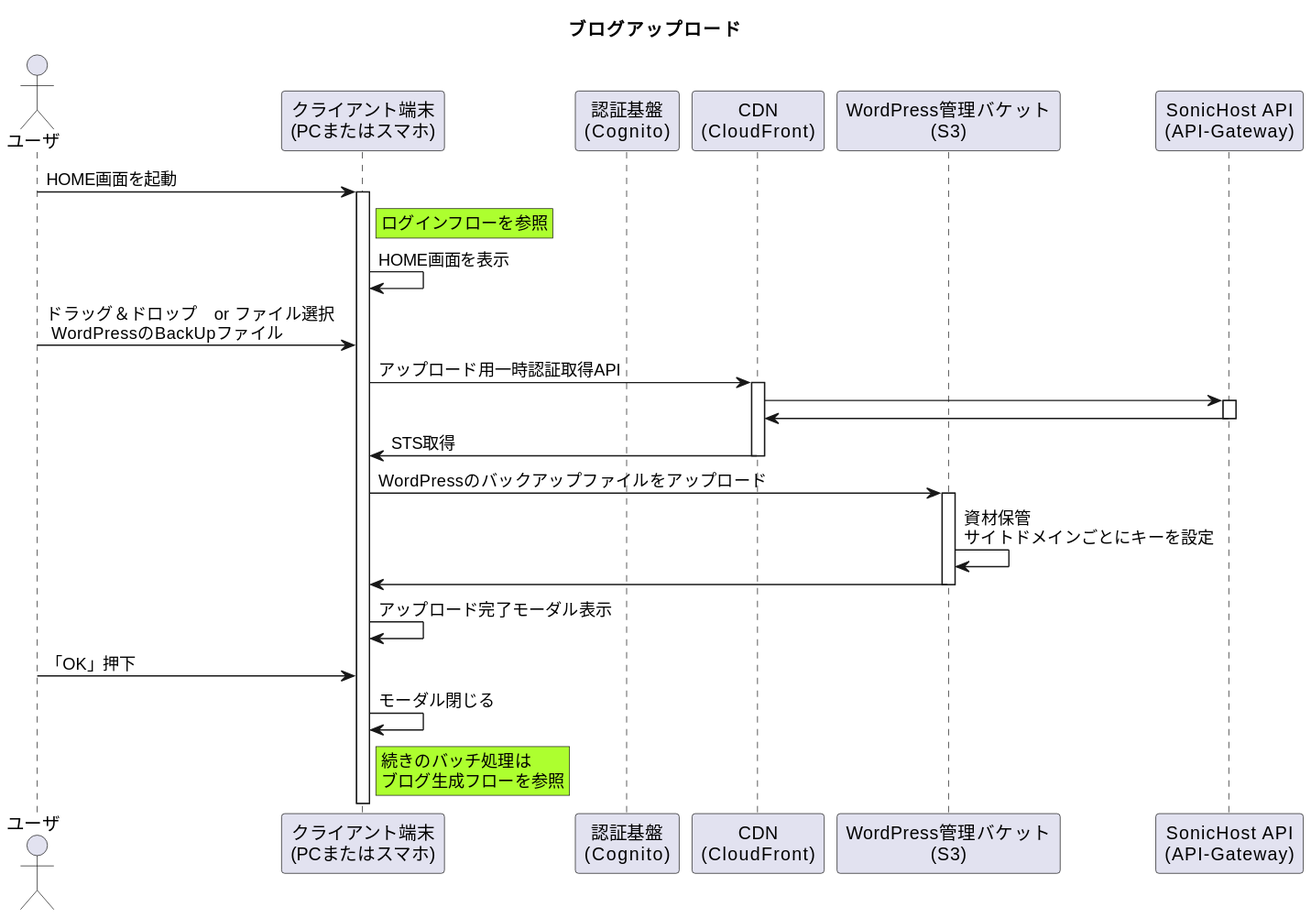
The PlantUML diagram 01_Sequences/02_BlogCreate/01_BlogUpload_Flow/blogUploadFlow.svg in Sonic-Host/documents, before a commit.
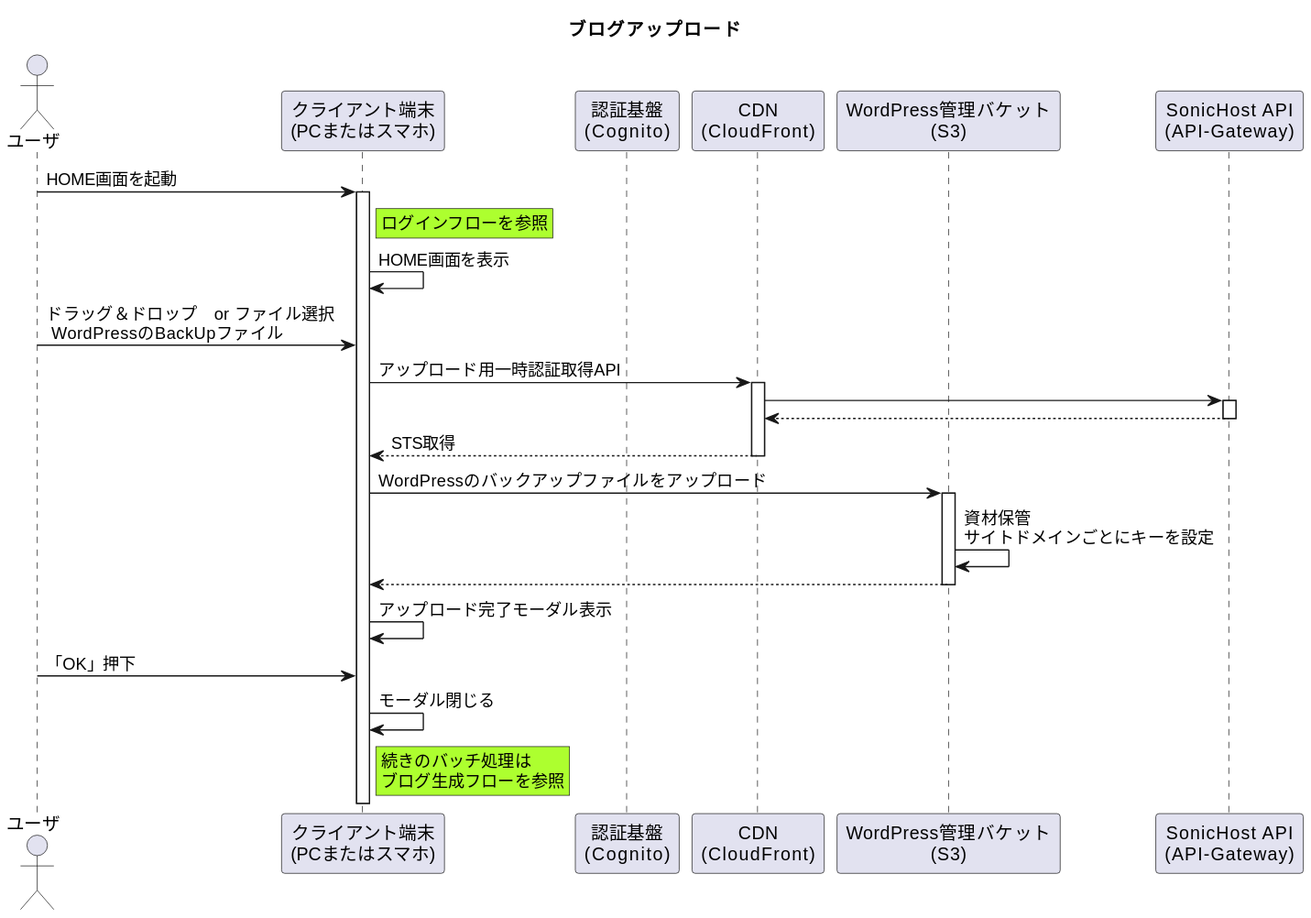
The same diagram one commit later.

What changed in the source:
```diff
@@ -17,11 +17,11 @@
 user -> device : ドラッグ＆ドロップ　or ファイル選択\n WordPressのBackUpファイル
 device -> cdn ++ : アップロード用一時認証取得API
 cdn -> api ++
-cdn <- api --
-device <- cdn -- : STS取得
+cdn <-- api --
+device <-- cdn -- : STS取得
 device -> s3 ++ : WordPressのバックアップファイルをアップロード
 s3 -> s3 : 資材保管\nサイトドメインごとにキーを設定
-device <- s3 --
+device <-- s3 --
 device -> device : アップロード完了モーダル表示
 user -> device : 「OK」押下
 device -> device : モーダル閉じる
```
